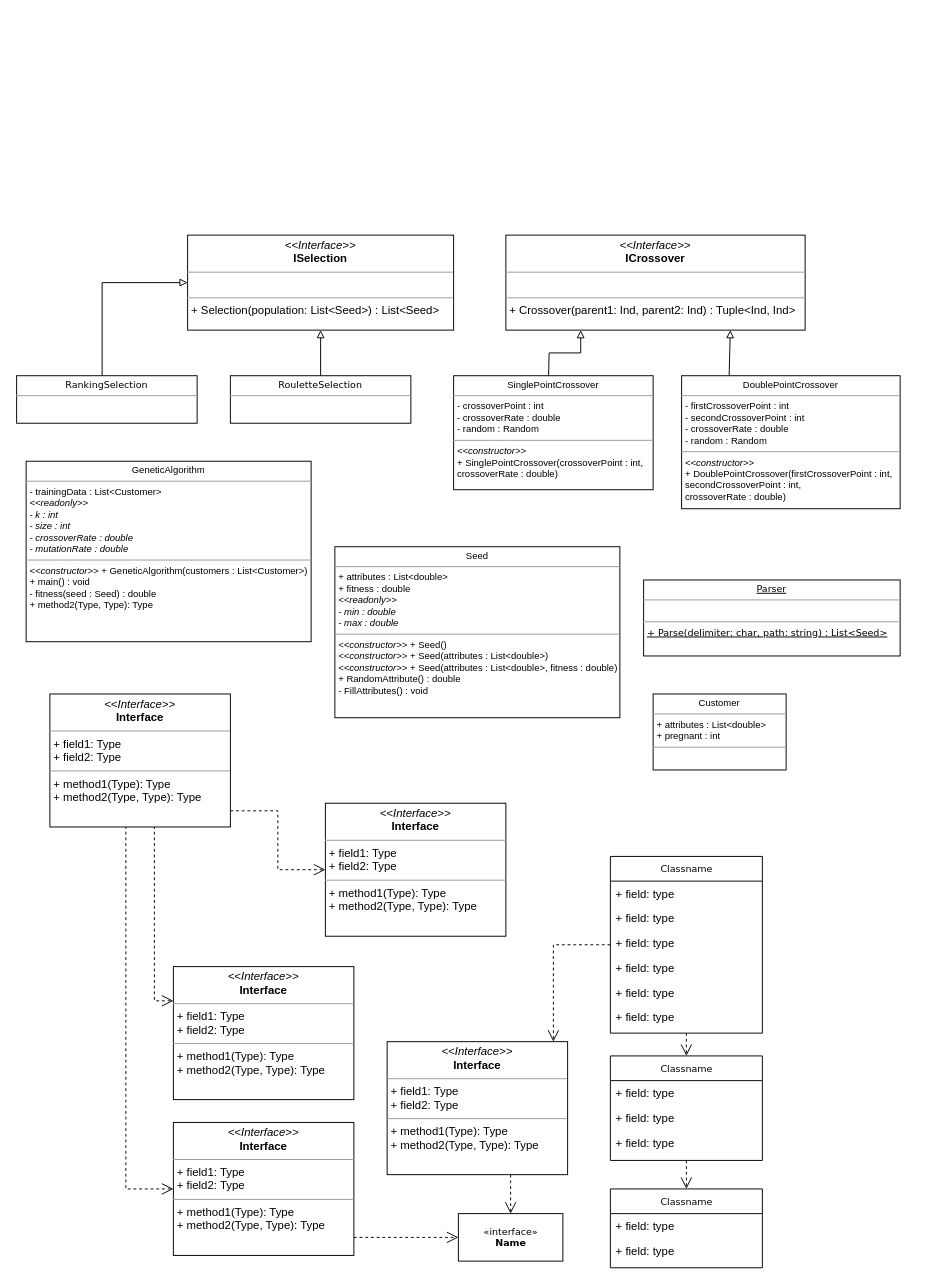
Before: GA Class Diagram.drawio in JustMike112/genetic, a draw.io diagram. Source tidied: cells renumbered, new cells numbered last; positions are measured from the earlier drawing's top-left corner, leaving out a move shared by most shapes. Both pictures are drawn from the tidied source at 95%, with x=0, y=0 at pixel (16, 235).
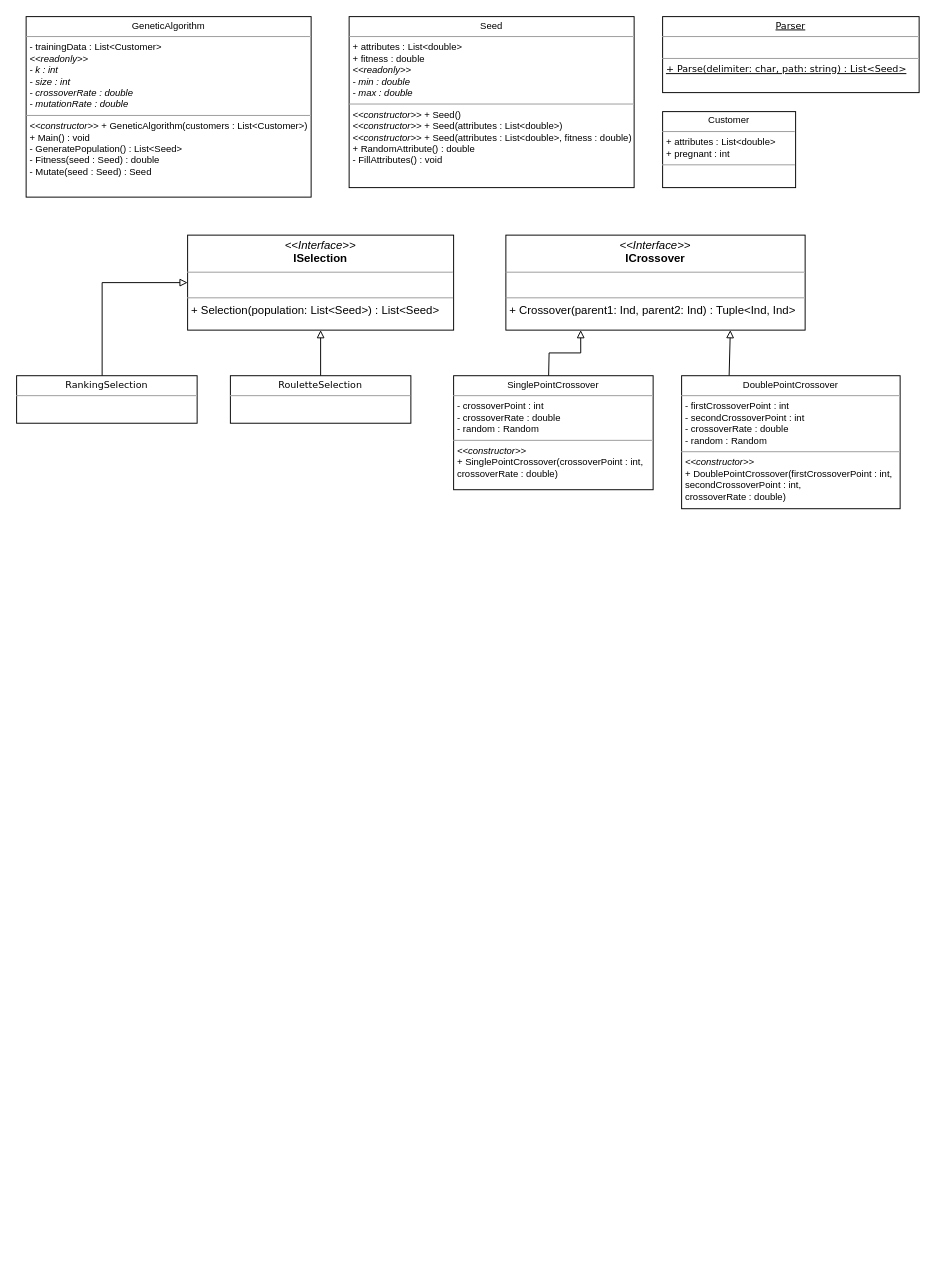
After the change.

Commit message (it also covers changes not shown here):
small update to class diagram

Diff of the diagram source:
```diff
@@
-    <mxCell id="2" style="edgeStyle=orthogonalEdgeStyle;rounded=0;html=1;dashed=1;labelBackgroundColor=none;startFill=0;endArrow=open;endFill=0;endSize=10;fontFamily=Verdana;fontSize=10;" parent="1" edge="1" source="4" target="21">
-      <mxGeometry relative="1" as="geometry">
-        <Array as="points">
-          <mxPoint x="565" y="747" />
-        </Array>
-      </mxGeometry>
-    </mxCell>
-    <mxCell id="3" style="edgeStyle=orthogonalEdgeStyle;rounded=0;html=1;dashed=1;labelBackgroundColor=none;startFill=0;endArrow=open;endFill=0;endSize=10;fontFamily=Verdana;fontSize=10;" parent="1" edge="1" source="4" target="15">
-      <mxGeometry relative="1" as="geometry" />
-    </mxCell>
-    <mxCell id="4" value="Classname" style="swimlane;html=1;fontStyle=0;horizontal=1;startSize=26;fillColor=none;swimlaneFillColor=#ffffff;rounded=0;shadow=0;comic=0;labelBackgroundColor=none;strokeColor=#000000;strokeWidth=1;fontFamily=Verdana;fontSize=10;fontColor=#000000;align=center;" parent="1" vertex="1">
-      <mxGeometry x="625" y="654" width="160" height="186" as="geometry" />
-    </mxCell>
-    <mxCell id="5" value="+ field: type" style="text;html=1;strokeColor=none;fillColor=none;align=left;verticalAlign=top;spacingLeft=4;spacingRight=4;whiteSpace=wrap;overflow=hidden;" parent="4" vertex="1">
-      <mxGeometry y="26" width="160" height="26" as="geometry" />
-    </mxCell>
-    <mxCell id="6" value="+ field: type" style="text;html=1;strokeColor=none;fillColor=none;align=left;verticalAlign=top;spacingLeft=4;spacingRight=4;whiteSpace=wrap;overflow=hidden;" parent="4" vertex="1">
-      <mxGeometry y="52" width="160" height="26" as="geometry" />
-    </mxCell>
-    <mxCell id="7" value="+ field: type" style="text;html=1;strokeColor=none;fillColor=none;align=left;verticalAlign=top;spacingLeft=4;spacingRight=4;whiteSpace=wrap;overflow=hidden;" parent="4" vertex="1">
-      <mxGeometry y="78" width="160" height="26" as="geometry" />
-    </mxCell>
-    <mxCell id="8" value="+ field: type" style="text;html=1;strokeColor=none;fillColor=none;align=left;verticalAlign=top;spacingLeft=4;spacingRight=4;whiteSpace=wrap;overflow=hidden;" parent="4" vertex="1">
-      <mxGeometry y="104" width="160" height="26" as="geometry" />
-    </mxCell>
-    <mxCell id="9" value="+ field: type" style="text;html=1;strokeColor=none;fillColor=none;align=left;verticalAlign=top;spacingLeft=4;spacingRight=4;whiteSpace=wrap;overflow=hidden;" parent="4" vertex="1">
-      <mxGeometry y="130" width="160" height="26" as="geometry" />
-    </mxCell>
-    <mxCell id="10" value="+ field: type" style="text;html=1;strokeColor=none;fillColor=none;align=left;verticalAlign=top;spacingLeft=4;spacingRight=4;whiteSpace=wrap;overflow=hidden;" parent="4" vertex="1">
-      <mxGeometry y="156" width="160" height="26" as="geometry" />
-    </mxCell>
-    <mxCell id="11" value="Classname" style="swimlane;html=1;fontStyle=0;horizontal=1;startSize=26;fillColor=none;swimlaneFillColor=#ffffff;rounded=0;shadow=0;comic=0;labelBackgroundColor=none;strokeColor=#000000;strokeWidth=1;fontFamily=Verdana;fontSize=10;fontColor=#000000;align=center;" parent="1" vertex="1">
-      <mxGeometry x="625" y="1004" width="160" height="83" as="geometry" />
-    </mxCell>
-    <mxCell id="12" value="+ field: type" style="text;html=1;strokeColor=none;fillColor=none;align=left;verticalAlign=top;spacingLeft=4;spacingRight=4;whiteSpace=wrap;overflow=hidden;" parent="11" vertex="1">
-      <mxGeometry y="26" width="160" height="26" as="geometry" />
-    </mxCell>
-    <mxCell id="13" value="+ field: type" style="text;html=1;strokeColor=none;fillColor=none;align=left;verticalAlign=top;spacingLeft=4;spacingRight=4;whiteSpace=wrap;overflow=hidden;" parent="11" vertex="1">
-      <mxGeometry y="52" width="160" height="26" as="geometry" />
-    </mxCell>
-    <mxCell id="14" style="edgeStyle=orthogonalEdgeStyle;rounded=0;html=1;dashed=1;labelBackgroundColor=none;startFill=0;endArrow=open;endFill=0;endSize=10;fontFamily=Verdana;fontSize=10;" parent="1" edge="1" source="15" target="11">
-      <mxGeometry relative="1" as="geometry" />
-    </mxCell>
-    <mxCell id="15" value="Classname" style="swimlane;html=1;fontStyle=0;horizontal=1;startSize=26;fillColor=none;swimlaneFillColor=#ffffff;rounded=0;shadow=0;comic=0;labelBackgroundColor=none;strokeColor=#000000;strokeWidth=1;fontFamily=Verdana;fontSize=10;fontColor=#000000;align=center;" parent="1" vertex="1">
-      <mxGeometry x="625" y="864" width="160" height="110" as="geometry" />
-    </mxCell>
-    <mxCell id="16" value="+ field: type" style="text;html=1;strokeColor=none;fillColor=none;align=left;verticalAlign=top;spacingLeft=4;spacingRight=4;whiteSpace=wrap;overflow=hidden;" parent="15" vertex="1">
-      <mxGeometry y="26" width="160" height="26" as="geometry" />
-    </mxCell>
-    <mxCell id="17" value="+ field: type" style="text;html=1;strokeColor=none;fillColor=none;align=left;verticalAlign=top;spacingLeft=4;spacingRight=4;whiteSpace=wrap;overflow=hidden;" parent="15" vertex="1">
-      <mxGeometry y="52" width="160" height="26" as="geometry" />
-    </mxCell>
-    <mxCell id="18" value="+ field: type" style="text;html=1;strokeColor=none;fillColor=none;align=left;verticalAlign=top;spacingLeft=4;spacingRight=4;whiteSpace=wrap;overflow=hidden;" parent="15" vertex="1">
-      <mxGeometry y="78" width="160" height="26" as="geometry" />
-    </mxCell>
-    <mxCell id="19" value="&amp;laquo;interface&amp;raquo;&lt;br&gt;&lt;b&gt;Name&lt;/b&gt;" style="html=1;rounded=0;shadow=0;comic=0;labelBackgroundColor=none;strokeColor=#000000;strokeWidth=1;fillColor=#ffffff;fontFamily=Verdana;fontSize=10;fontColor=#000000;align=center;" parent="1" vertex="1">
-      <mxGeometry x="465" y="1030" width="110" height="50" as="geometry" />
-    </mxCell>
-    <mxCell id="20" style="edgeStyle=orthogonalEdgeStyle;rounded=0;html=1;dashed=1;labelBackgroundColor=none;startFill=0;endArrow=open;endFill=0;endSize=10;fontFamily=Verdana;fontSize=10;" parent="1" edge="1" source="21" target="19">
-      <mxGeometry relative="1" as="geometry">
-        <Array as="points">
-          <mxPoint x="520" y="996" />
-          <mxPoint x="520" y="996" />
-        </Array>
-      </mxGeometry>
-    </mxCell>
-    <mxCell id="21" value="&lt;p style=&quot;margin:0px;margin-top:4px;text-align:center;&quot;&gt;&lt;i&gt;&amp;lt;&amp;lt;Interface&amp;gt;&amp;gt;&lt;/i&gt;&lt;br/&gt;&lt;b&gt;Interface&lt;/b&gt;&lt;/p&gt;&lt;hr size=&quot;1&quot;/&gt;&lt;p style=&quot;margin:0px;margin-left:4px;&quot;&gt;+ field1: Type&lt;br/&gt;+ field2: Type&lt;/p&gt;&lt;hr size=&quot;1&quot;/&gt;&lt;p style=&quot;margin:0px;margin-left:4px;&quot;&gt;+ method1(Type): Type&lt;br/&gt;+ method2(Type, Type): Type&lt;/p&gt;" style="verticalAlign=top;align=left;overflow=fill;fontSize=12;fontFamily=Helvetica;html=1;rounded=0;shadow=0;comic=0;labelBackgroundColor=none;strokeColor=#000000;strokeWidth=1;fillColor=#ffffff;" parent="1" vertex="1">
-      <mxGeometry x="390" y="849" width="190" height="140" as="geometry" />
-    </mxCell>
-    <mxCell id="22" value="&lt;p style=&quot;margin:0px;margin-top:4px;text-align:center;&quot;&gt;&lt;i&gt;&amp;lt;&amp;lt;Interface&amp;gt;&amp;gt;&lt;/i&gt;&lt;br/&gt;&lt;b&gt;Interface&lt;/b&gt;&lt;/p&gt;&lt;hr size=&quot;1&quot;/&gt;&lt;p style=&quot;margin:0px;margin-left:4px;&quot;&gt;+ field1: Type&lt;br/&gt;+ field2: Type&lt;/p&gt;&lt;hr size=&quot;1&quot;/&gt;&lt;p style=&quot;margin:0px;margin-left:4px;&quot;&gt;+ method1(Type): Type&lt;br/&gt;+ method2(Type, Type): Type&lt;/p&gt;" style="verticalAlign=top;align=left;overflow=fill;fontSize=12;fontFamily=Helvetica;html=1;rounded=0;shadow=0;comic=0;labelBackgroundColor=none;strokeColor=#000000;strokeWidth=1;fillColor=#ffffff;gradientColor=none;" parent="1" vertex="1">
-      <mxGeometry x="325" y="598" width="190" height="140" as="geometry" />
-    </mxCell>
-    <mxCell id="23" style="edgeStyle=orthogonalEdgeStyle;rounded=0;html=1;dashed=1;labelBackgroundColor=none;startFill=0;endArrow=open;endFill=0;endSize=10;fontFamily=Verdana;fontSize=10;" parent="1" edge="1" source="24" target="19">
-      <mxGeometry relative="1" as="geometry">
-        <Array as="points">
-          <mxPoint x="385" y="1055" />
-          <mxPoint x="385" y="1055" />
-        </Array>
-      </mxGeometry>
-    </mxCell>
-    <mxCell id="24" value="&lt;p style=&quot;margin:0px;margin-top:4px;text-align:center;&quot;&gt;&lt;i&gt;&amp;lt;&amp;lt;Interface&amp;gt;&amp;gt;&lt;/i&gt;&lt;br/&gt;&lt;b&gt;Interface&lt;/b&gt;&lt;/p&gt;&lt;hr size=&quot;1&quot;/&gt;&lt;p style=&quot;margin:0px;margin-left:4px;&quot;&gt;+ field1: Type&lt;br/&gt;+ field2: Type&lt;/p&gt;&lt;hr size=&quot;1&quot;/&gt;&lt;p style=&quot;margin:0px;margin-left:4px;&quot;&gt;+ method1(Type): Type&lt;br/&gt;+ method2(Type, Type): Type&lt;/p&gt;" style="verticalAlign=top;align=left;overflow=fill;fontSize=12;fontFamily=Helvetica;html=1;rounded=0;shadow=0;comic=0;labelBackgroundColor=none;strokeColor=#000000;strokeWidth=1;fillColor=#ffffff;" parent="1" vertex="1">
-      <mxGeometry x="165" y="934" width="190" height="140" as="geometry" />
-    </mxCell>
-    <mxCell id="25" value="&lt;p style=&quot;margin:0px;margin-top:4px;text-align:center;&quot;&gt;&lt;i&gt;&amp;lt;&amp;lt;Interface&amp;gt;&amp;gt;&lt;/i&gt;&lt;br/&gt;&lt;b&gt;Interface&lt;/b&gt;&lt;/p&gt;&lt;hr size=&quot;1&quot;/&gt;&lt;p style=&quot;margin:0px;margin-left:4px;&quot;&gt;+ field1: Type&lt;br/&gt;+ field2: Type&lt;/p&gt;&lt;hr size=&quot;1&quot;/&gt;&lt;p style=&quot;margin:0px;margin-left:4px;&quot;&gt;+ method1(Type): Type&lt;br/&gt;+ method2(Type, Type): Type&lt;/p&gt;" style="verticalAlign=top;align=left;overflow=fill;fontSize=12;fontFamily=Helvetica;html=1;rounded=0;shadow=0;comic=0;labelBackgroundColor=none;strokeColor=#000000;strokeWidth=1;fillColor=#ffffff;" parent="1" vertex="1">
-      <mxGeometry x="165" y="770" width="190" height="140" as="geometry" />
-    </mxCell>
@@
-    <mxCell id="27" style="edgeStyle=orthogonalEdgeStyle;rounded=0;html=1;dashed=1;labelBackgroundColor=none;startFill=0;endArrow=open;endFill=0;endSize=10;fontFamily=Verdana;fontSize=10;" parent="1" edge="1" target="22">
-      <mxGeometry relative="1" as="geometry">
-        <mxPoint x="225" y="606" as="sourcePoint" />
-        <Array as="points">
-          <mxPoint x="275" y="606" />
-          <mxPoint x="275" y="668" />
-        </Array>
-      </mxGeometry>
-    </mxCell>
-    <mxCell id="28" style="edgeStyle=orthogonalEdgeStyle;rounded=0;html=1;dashed=1;labelBackgroundColor=none;startFill=0;endArrow=open;endFill=0;endSize=10;fontFamily=Verdana;fontSize=10;" parent="1" edge="1" target="25">
-      <mxGeometry relative="1" as="geometry">
-        <mxPoint x="145" y="616" as="sourcePoint" />
-        <Array as="points">
-          <mxPoint x="145" y="806" />
-        </Array>
-      </mxGeometry>
-    </mxCell>
-    <mxCell id="29" style="edgeStyle=orthogonalEdgeStyle;rounded=0;html=1;dashed=1;labelBackgroundColor=none;startFill=0;endArrow=open;endFill=0;endSize=10;fontFamily=Verdana;fontSize=10;" parent="1" edge="1" target="24">
-      <mxGeometry relative="1" as="geometry">
-        <mxPoint x="115" y="616" as="sourcePoint" />
-        <Array as="points">
-          <mxPoint x="115" y="1004" />
-        </Array>
-      </mxGeometry>
-    </mxCell>
-    <mxCell id="30" value="&lt;p style=&quot;margin:0px;margin-top:4px;text-align:center;&quot;&gt;&lt;i&gt;&amp;lt;&amp;lt;Interface&amp;gt;&amp;gt;&lt;/i&gt;&lt;br/&gt;&lt;b&gt;Interface&lt;/b&gt;&lt;/p&gt;&lt;hr size=&quot;1&quot;/&gt;&lt;p style=&quot;margin:0px;margin-left:4px;&quot;&gt;+ field1: Type&lt;br/&gt;+ field2: Type&lt;/p&gt;&lt;hr size=&quot;1&quot;/&gt;&lt;p style=&quot;margin:0px;margin-left:4px;&quot;&gt;+ method1(Type): Type&lt;br/&gt;+ method2(Type, Type): Type&lt;/p&gt;" style="verticalAlign=top;align=left;overflow=fill;fontSize=12;fontFamily=Helvetica;html=1;rounded=0;shadow=0;comic=0;labelBackgroundColor=none;strokeColor=#000000;strokeWidth=1;fillColor=#ffffff;" parent="1" vertex="1">
-      <mxGeometry x="35" y="483" width="190" height="140" as="geometry" />
-    </mxCell>
@@
-    <mxCell id="35" value="&lt;p style=&quot;margin: 4px 0px 0px ; text-align: center ; font-size: 10px&quot;&gt;&lt;font&gt;GeneticAlgorithm&lt;/font&gt;&lt;/p&gt;&lt;hr size=&quot;1&quot; style=&quot;font-size: 10px&quot;&gt;&lt;p style=&quot;margin: 0px 0px 0px 4px ; font-size: 10px&quot;&gt;&lt;font style=&quot;font-size: 10px&quot;&gt;- trainingData : List&amp;lt;Customer&amp;gt;&lt;/font&gt;&lt;/p&gt;&lt;p style=&quot;margin: 0px 0px 0px 4px ; font-size: 10px&quot;&gt;&lt;font style=&quot;font-size: 10px&quot;&gt;&lt;i&gt;&amp;lt;&amp;lt;readonly&amp;gt;&amp;gt;&lt;/i&gt;&lt;/font&gt;&lt;/p&gt;&lt;p style=&quot;margin: 0px 0px 0px 4px ; font-size: 10px&quot;&gt;&lt;font style=&quot;font-size: 10px&quot;&gt;&lt;i&gt;- k : int&lt;/i&gt;&lt;/font&gt;&lt;/p&gt;&lt;p style=&quot;margin: 0px 0px 0px 4px ; font-size: 10px&quot;&gt;&lt;font style=&quot;font-size: 10px&quot;&gt;&lt;i&gt;- size : int&lt;/i&gt;&lt;/font&gt;&lt;/p&gt;&lt;p style=&quot;margin: 0px 0px 0px 4px ; font-size: 10px&quot;&gt;&lt;font style=&quot;font-size: 10px&quot;&gt;&lt;i&gt;- crossoverRate : double&lt;/i&gt;&lt;/font&gt;&lt;/p&gt;&lt;p style=&quot;margin: 0px 0px 0px 4px ; font-size: 10px&quot;&gt;&lt;font style=&quot;font-size: 10px&quot;&gt;&lt;i&gt;- mutationRate : double&lt;br&gt;&lt;/i&gt;&lt;/font&gt;&lt;/p&gt;&lt;hr size=&quot;1&quot; style=&quot;font-size: 10px&quot;&gt;&lt;p style=&quot;margin: 0px 0px 0px 4px ; font-size: 10px&quot;&gt;&lt;font style=&quot;font-size: 10px&quot;&gt;&lt;i&gt;&amp;lt;&amp;lt;constructor&amp;gt;&amp;gt; &lt;/i&gt;+ GeneticAlgorithm(customers : List&amp;lt;Customer&amp;gt;)&lt;/font&gt;&lt;/p&gt;&lt;p style=&quot;margin: 0px 0px 0px 4px ; font-size: 10px&quot;&gt;&lt;font style=&quot;font-size: 10px&quot;&gt;+ main() : void&lt;/font&gt;&lt;/p&gt;&lt;p style=&quot;margin: 0px 0px 0px 4px ; font-size: 10px&quot;&gt;&lt;font style=&quot;font-size: 10px&quot;&gt;- fitness(seed : Seed) : double&lt;br&gt;+ method2(Type, Type): Type&lt;/font&gt;&lt;/p&gt;" style="verticalAlign=top;align=left;overflow=fill;fontSize=12;fontFamily=Helvetica;html=1;rounded=0;shadow=0;comic=0;labelBackgroundColor=none;strokeColor=#000000;strokeWidth=1;fillColor=#ffffff;" parent="1" vertex="1">
-      <mxGeometry x="10" y="238" width="300" height="190" as="geometry" />
+    <mxCell id="35" value="&lt;p style=&quot;margin: 4px 0px 0px ; text-align: center ; font-size: 10px&quot;&gt;&lt;font&gt;GeneticAlgorithm&lt;/font&gt;&lt;/p&gt;&lt;hr size=&quot;1&quot; style=&quot;font-size: 10px&quot;&gt;&lt;p style=&quot;margin: 0px 0px 0px 4px ; font-size: 10px&quot;&gt;&lt;font style=&quot;font-size: 10px&quot;&gt;- trainingData : List&amp;lt;Customer&amp;gt;&lt;/font&gt;&lt;/p&gt;&lt;p style=&quot;margin: 0px 0px 0px 4px ; font-size: 10px&quot;&gt;&lt;font style=&quot;font-size: 10px&quot;&gt;&lt;i&gt;&amp;lt;&amp;lt;readonly&amp;gt;&amp;gt;&lt;/i&gt;&lt;/font&gt;&lt;/p&gt;&lt;p style=&quot;margin: 0px 0px 0px 4px ; font-size: 10px&quot;&gt;&lt;font style=&quot;font-size: 10px&quot;&gt;&lt;i&gt;- k : int&lt;/i&gt;&lt;/font&gt;&lt;/p&gt;&lt;p style=&quot;margin: 0px 0px 0px 4px ; font-size: 10px&quot;&gt;&lt;font style=&quot;font-size: 10px&quot;&gt;&lt;i&gt;- size : int&lt;/i&gt;&lt;/font&gt;&lt;/p&gt;&lt;p style=&quot;margin: 0px 0px 0px 4px ; font-size: 10px&quot;&gt;&lt;font style=&quot;font-size: 10px&quot;&gt;&lt;i&gt;- crossoverRate : double&lt;/i&gt;&lt;/font&gt;&lt;/p&gt;&lt;p style=&quot;margin: 0px 0px 0px 4px ; font-size: 10px&quot;&gt;&lt;font style=&quot;font-size: 10px&quot;&gt;&lt;i&gt;- mutationRate : double&lt;br&gt;&lt;/i&gt;&lt;/font&gt;&lt;/p&gt;&lt;hr size=&quot;1&quot; style=&quot;font-size: 10px&quot;&gt;&lt;p style=&quot;margin: 0px 0px 0px 4px ; font-size: 10px&quot;&gt;&lt;font style=&quot;font-size: 10px&quot;&gt;&lt;i&gt;&amp;lt;&amp;lt;constructor&amp;gt;&amp;gt; &lt;/i&gt;+ GeneticAlgorithm(customers : List&amp;lt;Customer&amp;gt;)&lt;/font&gt;&lt;/p&gt;&lt;p style=&quot;margin: 0px 0px 0px 4px ; font-size: 10px&quot;&gt;&lt;font style=&quot;font-size: 10px&quot;&gt;+ Main() : void&lt;/font&gt;&lt;/p&gt;&lt;p style=&quot;margin: 0px 0px 0px 4px ; font-size: 10px&quot;&gt;&lt;font style=&quot;font-size: 10px&quot;&gt;- GeneratePopulation() : List&amp;lt;Seed&amp;gt;&lt;/font&gt;&lt;/p&gt;&lt;p style=&quot;margin: 0px 0px 0px 4px ; font-size: 10px&quot;&gt;&lt;font style=&quot;font-size: 10px&quot;&gt;- Fitness(seed : Seed) : double&lt;/font&gt;&lt;/p&gt;&lt;p style=&quot;margin: 0px 0px 0px 4px ; font-size: 10px&quot;&gt;&lt;font style=&quot;font-size: 10px&quot;&gt;- Mutate(seed : Seed) : Seed&lt;br&gt;&lt;br&gt;&lt;/font&gt;&lt;/p&gt;" style="verticalAlign=top;align=left;overflow=fill;fontSize=12;fontFamily=Helvetica;html=1;rounded=0;shadow=0;comic=0;labelBackgroundColor=none;strokeColor=#000000;strokeWidth=1;fillColor=#ffffff;" parent="1" vertex="1">
+      <mxGeometry x="10" y="-230" width="300" height="190" as="geometry" />
     </mxCell>
@@
     <mxCell id="37" value="&lt;p style=&quot;margin: 4px 0px 0px ; text-align: center ; font-size: 10px&quot;&gt;&lt;u&gt;&lt;span&gt;Parser&lt;/span&gt;&lt;br&gt;&lt;/u&gt;&lt;/p&gt;&lt;hr size=&quot;1&quot; style=&quot;font-size: 10px&quot;&gt;&lt;p style=&quot;margin: 0px 0px 0px 4px ; font-size: 10px&quot;&gt;&lt;br&gt;&lt;/p&gt;&lt;hr size=&quot;1&quot; style=&quot;font-size: 10px&quot;&gt;&lt;p style=&quot;margin: 0px 0px 0px 4px ; font-size: 10px&quot;&gt;&lt;font style=&quot;font-size: 10px&quot;&gt;&lt;u&gt;+ Parse(delimiter: char, path: string) : List&amp;lt;Seed&amp;gt;&lt;/u&gt;&lt;/font&gt;&lt;/p&gt;" style="verticalAlign=top;align=left;overflow=fill;fontSize=12;fontFamily=Verdana;html=1;rounded=0;shadow=0;comic=0;labelBackgroundColor=none;strokeColor=#000000;strokeWidth=1;fillColor=#ffffff;" parent="1" vertex="1">
-      <mxGeometry x="660" y="363" width="270" height="80" as="geometry" />
+      <mxGeometry x="680" y="-230" width="270" height="80" as="geometry" />
     </mxCell>
     <mxCell id="38" value="&lt;p style=&quot;margin: 4px 0px 0px ; text-align: center ; font-size: 10px&quot;&gt;&lt;font&gt;Seed&lt;/font&gt;&lt;/p&gt;&lt;hr size=&quot;1&quot; style=&quot;font-size: 10px&quot;&gt;&lt;p style=&quot;margin: 0px 0px 0px 4px ; font-size: 10px&quot;&gt;&lt;font&gt;+ attributes : List&amp;lt;double&amp;gt;&lt;/font&gt;&lt;/p&gt;&lt;p style=&quot;margin: 0px 0px 0px 4px ; font-size: 10px&quot;&gt;&lt;font&gt;+ fitness : double&lt;/font&gt;&lt;/p&gt;&lt;p style=&quot;margin: 0px 0px 0px 4px ; font-size: 10px&quot;&gt;&lt;font&gt;&lt;i&gt;&amp;lt;&amp;lt;readonly&amp;gt;&amp;gt;&lt;/i&gt;&lt;/font&gt;&lt;/p&gt;&lt;p style=&quot;margin: 0px 0px 0px 4px ; font-size: 10px&quot;&gt;&lt;font&gt;&lt;i&gt;- min : double&lt;/i&gt;&lt;/font&gt;&lt;/p&gt;&lt;p style=&quot;margin: 0px 0px 0px 4px ; font-size: 10px&quot;&gt;&lt;font&gt;&lt;i&gt;- max : double&lt;/i&gt;&lt;/font&gt;&lt;/p&gt;&lt;hr size=&quot;1&quot; style=&quot;font-size: 10px&quot;&gt;&lt;p style=&quot;margin: 0px 0px 0px 4px ; font-size: 10px&quot;&gt;&lt;i&gt;&amp;lt;&amp;lt;constructor&amp;gt;&amp;gt;&lt;/i&gt; + Seed()&lt;/p&gt;&lt;p style=&quot;margin: 0px 0px 0px 4px ; font-size: 10px&quot;&gt;&lt;i&gt;&amp;lt;&amp;lt;constructor&amp;gt;&amp;gt;&lt;/i&gt; + Seed(attributes : List&amp;lt;double&amp;gt;)&lt;/p&gt;&lt;p style=&quot;margin: 0px 0px 0px 4px ; font-size: 10px&quot;&gt;&lt;i&gt;&amp;lt;&amp;lt;constructor&amp;gt;&amp;gt;&lt;/i&gt; + Seed(attributes : List&amp;lt;double&amp;gt;, fitness : double)&lt;/p&gt;&lt;p style=&quot;margin: 0px 0px 0px 4px ; font-size: 10px&quot;&gt;+ RandomAttribute() : double&lt;/p&gt;&lt;p style=&quot;margin: 0px 0px 0px 4px ; font-size: 10px&quot;&gt;- FillAttributes() : void&lt;/p&gt;" style="verticalAlign=top;align=left;overflow=fill;fontSize=12;fontFamily=Helvetica;html=1;rounded=0;shadow=0;comic=0;labelBackgroundColor=none;strokeColor=#000000;strokeWidth=1;fillColor=#ffffff;" parent="1" vertex="1">
-      <mxGeometry x="335" y="328" width="300" height="180" as="geometry" />
+      <mxGeometry x="350" y="-230" width="300" height="180" as="geometry" />
     </mxCell>
     <mxCell id="39" value="&lt;p style=&quot;margin: 4px 0px 0px ; text-align: center ; font-size: 10px&quot;&gt;&lt;font&gt;Customer&lt;/font&gt;&lt;/p&gt;&lt;hr size=&quot;1&quot; style=&quot;font-size: 10px&quot;&gt;&lt;p style=&quot;margin: 0px 0px 0px 4px ; font-size: 10px&quot;&gt;&lt;font&gt;+ attributes : List&amp;lt;double&amp;gt;&lt;/font&gt;&lt;/p&gt;&lt;p style=&quot;margin: 0px 0px 0px 4px ; font-size: 10px&quot;&gt;&lt;font&gt;+ pregnant : int&lt;/font&gt;&lt;/p&gt;&lt;hr size=&quot;1&quot; style=&quot;font-size: 10px&quot;&gt;&lt;p style=&quot;margin: 0px 0px 0px 4px ; font-size: 10px&quot;&gt;&lt;br&gt;&lt;/p&gt;" style="verticalAlign=top;align=left;overflow=fill;fontSize=12;fontFamily=Helvetica;html=1;rounded=0;shadow=0;comic=0;labelBackgroundColor=none;strokeColor=#000000;strokeWidth=1;fillColor=#ffffff;" parent="1" vertex="1">
-      <mxGeometry x="670" y="483" width="140" height="80" as="geometry" />
+      <mxGeometry x="680" y="-130" width="140" height="80" as="geometry" />
     </mxCell>
```
